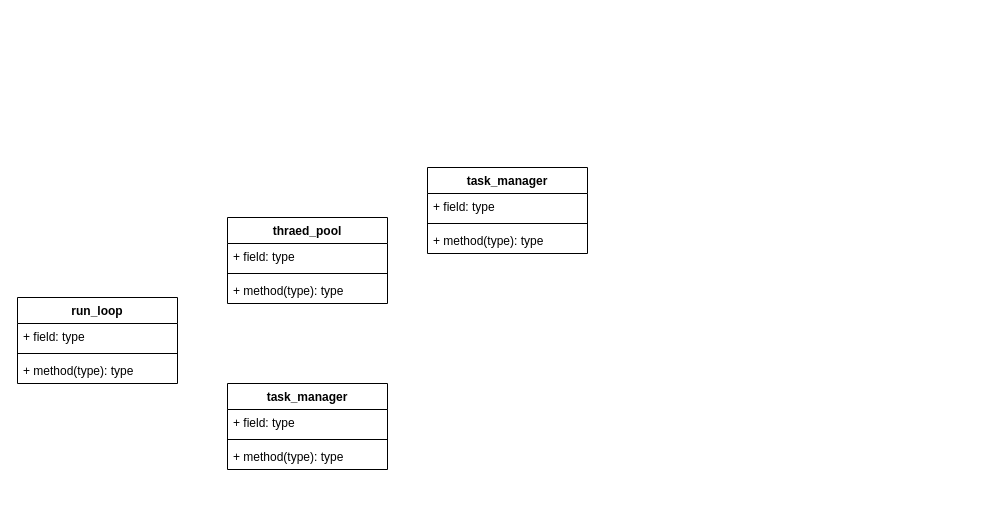
Earlier version of the draw.io diagram page "Class" (2 of 2) of doc/task_runner.drawio (ISSuh/task_runner). Source tidied: cells renumbered, new cells numbered last; positions are measured from the earlier drawing's top-left corner, leaving out a move shared by most shapes. Both pictures are drawn from the tidied source at 100%, with x=0, y=0 at pixel (17, 167).
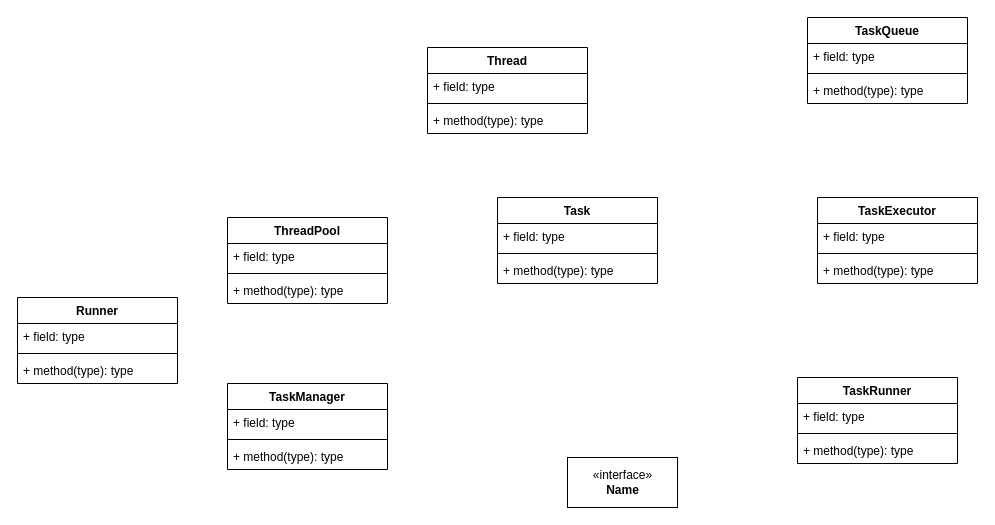
The same page after the edit.

The edit, as a diff of the source:
```diff
@@
-    <mxCell id="2" value="run_loop" style="swimlane;fontStyle=1;align=center;verticalAlign=top;horizontal=1;startSize=26;" parent="1" vertex="1">
+    <mxCell id="2" value="Runner" style="swimlane;fontStyle=1;align=center;verticalAlign=top;horizontal=1;startSize=26;" parent="1" vertex="1">
       <mxGeometry y="130" width="160" height="86" as="geometry" />
     </mxCell>
@@
-    <mxCell id="6" value="thraed_pool" style="swimlane;fontStyle=1;align=center;verticalAlign=top;horizontal=1;startSize=26;" parent="1" vertex="1">
+    <mxCell id="6" value="ThreadPool" style="swimlane;fontStyle=1;align=center;verticalAlign=top;horizontal=1;startSize=26;" parent="1" vertex="1">
       <mxGeometry x="210" y="50" width="160" height="86" as="geometry" />
     </mxCell>
@@
-    <mxCell id="10" value="task_manager" style="swimlane;fontStyle=1;align=center;verticalAlign=top;horizontal=1;startSize=26;" parent="1" vertex="1">
+    <mxCell id="10" value="TaskManager" style="swimlane;fontStyle=1;align=center;verticalAlign=top;horizontal=1;startSize=26;" parent="1" vertex="1">
       <mxGeometry x="210" y="216" width="160" height="86" as="geometry" />
     </mxCell>
@@
-    <mxCell id="14" value="task_manager" style="swimlane;fontStyle=1;align=center;verticalAlign=top;horizontal=1;startSize=26;" parent="1" vertex="1">
-      <mxGeometry x="410" width="160" height="86" as="geometry" />
+    <mxCell id="14" value="Thread" style="swimlane;fontStyle=1;align=center;verticalAlign=top;horizontal=1;startSize=26;" parent="1" vertex="1">
+      <mxGeometry x="410" y="-120" width="160" height="86" as="geometry" />
     </mxCell>
@@
+    <mxCell id="18" value="Task" style="swimlane;fontStyle=1;align=center;verticalAlign=top;horizontal=1;startSize=26;" parent="1" vertex="1">
+      <mxGeometry x="480" y="30" width="160" height="86" as="geometry" />
+    </mxCell>
+    <mxCell id="19" value="+ field: type" style="text;strokeColor=none;fillColor=none;align=left;verticalAlign=top;spacingLeft=4;spacingRight=4;overflow=hidden;" parent="18" vertex="1">
+      <mxGeometry y="26" width="160" height="26" as="geometry" />
+    </mxCell>
+    <mxCell id="20" style="line;strokeWidth=1;fillColor=none;align=left;verticalAlign=middle;spacingTop=-1;spacingLeft=3;spacingRight=3;labelPosition=right;" parent="18" vertex="1">
+      <mxGeometry y="52" width="160" height="8" as="geometry" />
+    </mxCell>
+    <mxCell id="21" value="+ method(type): type" style="text;strokeColor=none;fillColor=none;align=left;verticalAlign=top;spacingLeft=4;spacingRight=4;overflow=hidden;" parent="18" vertex="1">
+      <mxGeometry y="60" width="160" height="26" as="geometry" />
+    </mxCell>
+    <mxCell id="22" value="TaskExecutor" style="swimlane;fontStyle=1;align=center;verticalAlign=top;horizontal=1;startSize=26;" parent="1" vertex="1">
+      <mxGeometry x="800" y="30" width="160" height="86" as="geometry" />
+    </mxCell>
+    <mxCell id="23" value="+ field: type" style="text;strokeColor=none;fillColor=none;align=left;verticalAlign=top;spacingLeft=4;spacingRight=4;overflow=hidden;" parent="22" vertex="1">
+      <mxGeometry y="26" width="160" height="26" as="geometry" />
+    </mxCell>
+    <mxCell id="24" style="line;strokeWidth=1;fillColor=none;align=left;verticalAlign=middle;spacingTop=-1;spacingLeft=3;spacingRight=3;labelPosition=right;" parent="22" vertex="1">
+      <mxGeometry y="52" width="160" height="8" as="geometry" />
+    </mxCell>
+    <mxCell id="25" value="+ method(type): type" style="text;strokeColor=none;fillColor=none;align=left;verticalAlign=top;spacingLeft=4;spacingRight=4;overflow=hidden;" parent="22" vertex="1">
+      <mxGeometry y="60" width="160" height="26" as="geometry" />
+    </mxCell>
+    <mxCell id="26" value="TaskRunner" style="swimlane;fontStyle=1;align=center;verticalAlign=top;horizontal=1;startSize=26;" parent="1" vertex="1">
+      <mxGeometry x="780" y="210" width="160" height="86" as="geometry" />
+    </mxCell>
+    <mxCell id="27" value="+ field: type" style="text;strokeColor=none;fillColor=none;align=left;verticalAlign=top;spacingLeft=4;spacingRight=4;overflow=hidden;" parent="26" vertex="1">
+      <mxGeometry y="26" width="160" height="26" as="geometry" />
+    </mxCell>
+    <mxCell id="28" style="line;strokeWidth=1;fillColor=none;align=left;verticalAlign=middle;spacingTop=-1;spacingLeft=3;spacingRight=3;labelPosition=right;" parent="26" vertex="1">
+      <mxGeometry y="52" width="160" height="8" as="geometry" />
+    </mxCell>
+    <mxCell id="29" value="+ method(type): type" style="text;strokeColor=none;fillColor=none;align=left;verticalAlign=top;spacingLeft=4;spacingRight=4;overflow=hidden;" parent="26" vertex="1">
+      <mxGeometry y="60" width="160" height="26" as="geometry" />
+    </mxCell>
+    <mxCell id="30" value="TaskQueue" style="swimlane;fontStyle=1;align=center;verticalAlign=top;horizontal=1;startSize=26;" parent="1" vertex="1">
+      <mxGeometry x="790" y="-150" width="160" height="86" as="geometry" />
+    </mxCell>
+    <mxCell id="31" value="+ field: type" style="text;strokeColor=none;fillColor=none;align=left;verticalAlign=top;spacingLeft=4;spacingRight=4;overflow=hidden;" parent="30" vertex="1">
+      <mxGeometry y="26" width="160" height="26" as="geometry" />
+    </mxCell>
+    <mxCell id="32" style="line;strokeWidth=1;fillColor=none;align=left;verticalAlign=middle;spacingTop=-1;spacingLeft=3;spacingRight=3;labelPosition=right;" parent="30" vertex="1">
+      <mxGeometry y="52" width="160" height="8" as="geometry" />
+    </mxCell>
+    <mxCell id="33" value="+ method(type): type" style="text;strokeColor=none;fillColor=none;align=left;verticalAlign=top;spacingLeft=4;spacingRight=4;overflow=hidden;" parent="30" vertex="1">
+      <mxGeometry y="60" width="160" height="26" as="geometry" />
+    </mxCell>
+    <mxCell id="34" value="&amp;laquo;interface&amp;raquo;&lt;br&gt;&lt;b&gt;Name&lt;/b&gt;" style="html=1;" parent="1" vertex="1">
+      <mxGeometry x="550" y="290" width="110" height="50" as="geometry" />
+    </mxCell>
```
